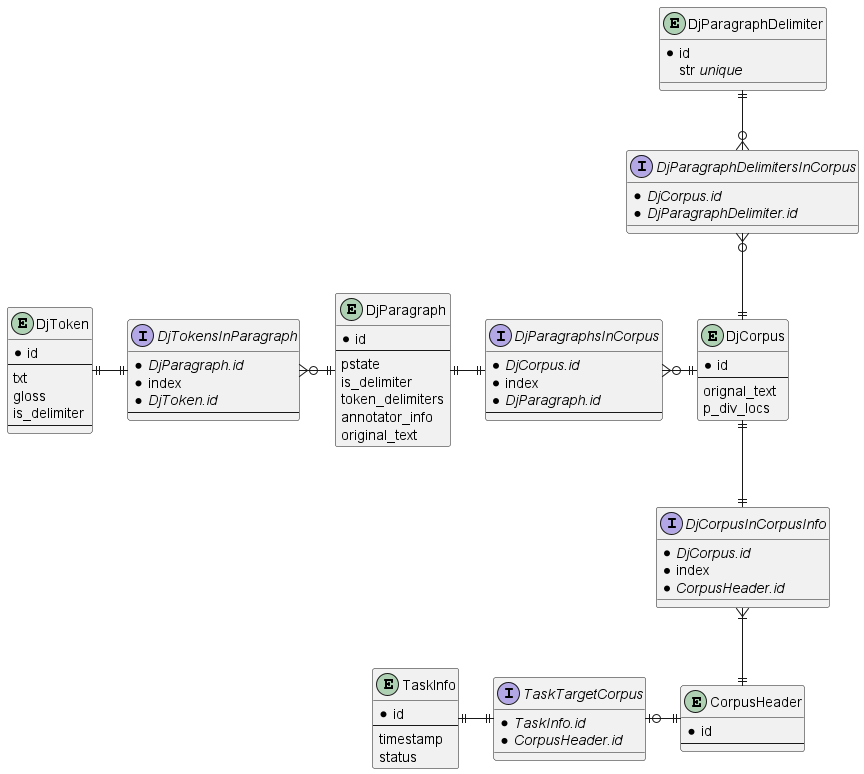
parkchamchi/GlossySnake keeps this PlantUML diagram as docs/design/images/er_dj_serializables.png. Above is the earlier version.
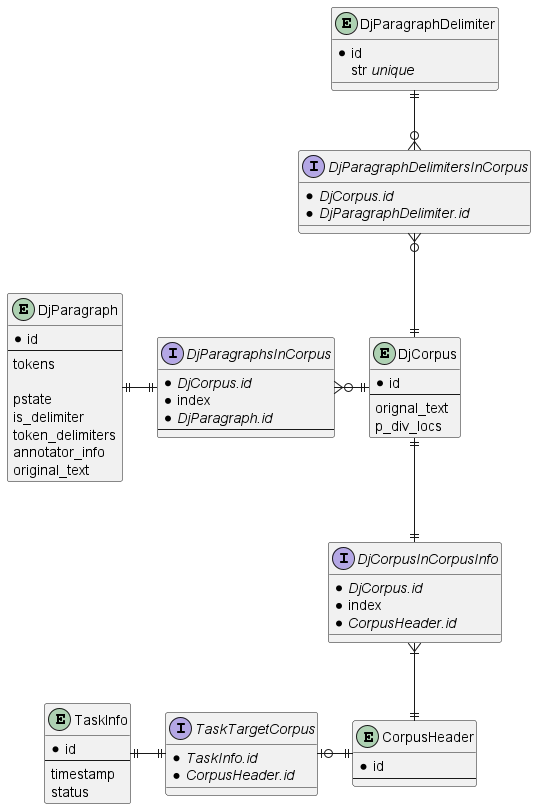
The same file after the commit.

Diff of the diagram source:
```diff
@@ -1,32 +1,16 @@
 @startuml
-
-entity DjToken {
-	* id
-	--
-	txt
-	gloss
-	is_delimiter
-	--
-}
 
 entity DjParagraph {
 	* id
 	--
+	tokens
+
 	pstate
 	is_delimiter
 	token_delimiters
 	annotator_info
 	original_text
 }
-
-interface DjTokensInParagraph {
-	* //DjParagraph.id//
-	* index
-	* //DjToken.id//
-	--
-}
-DjToken ||-right-|| DjTokensInParagraph
-DjTokensInParagraph }o-right-|| DjParagraph
 
 entity DjCorpus {
 	* id
```
